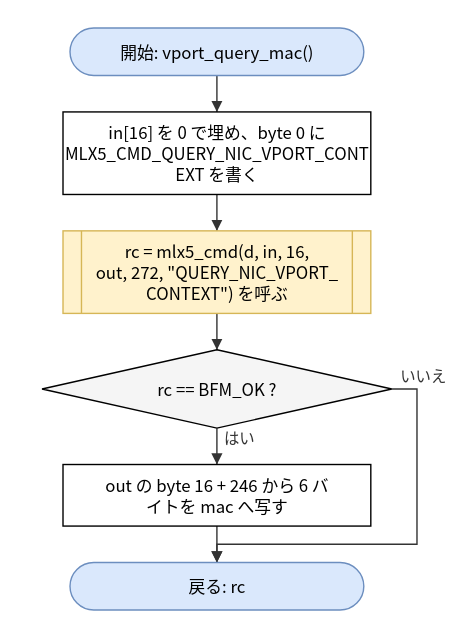
The draw.io diagram doc/spec/images/flow_src_mlx5_hca-vport_query_mac.drawio.svg in hf355051012-ai/bfmem, before a commit. Source tidied: cells renumbered, new cells last; positions are measured from the earlier drawing's top-left corner, leaving out a move shared by most shapes.
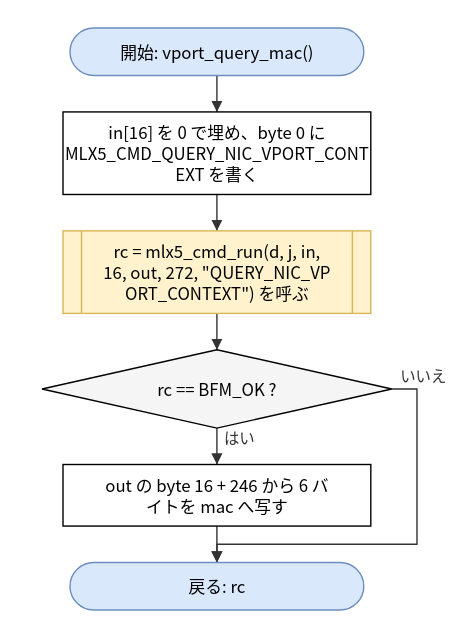
Above is the later version.

What changed in the source:
```diff
@@ -8,7 +8,7 @@
     <mxCell id="3" value="in[16] を 0 で埋め、byte 0 に&lt;br&gt;MLX5_CMD_QUERY_NIC_VPORT_CONT&lt;br&gt;EXT を書く" style="rounded=0;whiteSpace=wrap;html=1;" parent="1" vertex="1">
       <mxGeometry x="15" y="60" width="220" height="59" as="geometry" />
     </mxCell>
-    <mxCell id="4" value="rc = mlx5_cmd(d, in, 16,&lt;br&gt;out, 272, &amp;quot;QUERY_NIC_VPORT_&lt;br&gt;CONTEXT&amp;quot;) を呼ぶ" style="shape=process;whiteSpace=wrap;html=1;backgroundOutline=1;size=0.06;fillColor=#fff2cc;strokeColor=#d6b656;" parent="1" vertex="1">
+    <mxCell id="4" value="rc = mlx5_cmd_run(d, j, in,&lt;br&gt;16, out, 272, &amp;quot;QUERY_NIC_VP&lt;br&gt;ORT_CONTEXT&amp;quot;) を呼ぶ" style="shape=process;whiteSpace=wrap;html=1;backgroundOutline=1;size=0.06;fillColor=#fff2cc;strokeColor=#d6b656;" parent="1" vertex="1">
       <mxGeometry x="15" y="145" width="220" height="59" as="geometry" />
     </mxCell>
     <mxCell id="5" value="rc == BFM_OK ?" style="rhombus;whiteSpace=wrap;html=1;fillColor=#f5f5f5;" parent="1" vertex="1">
```
